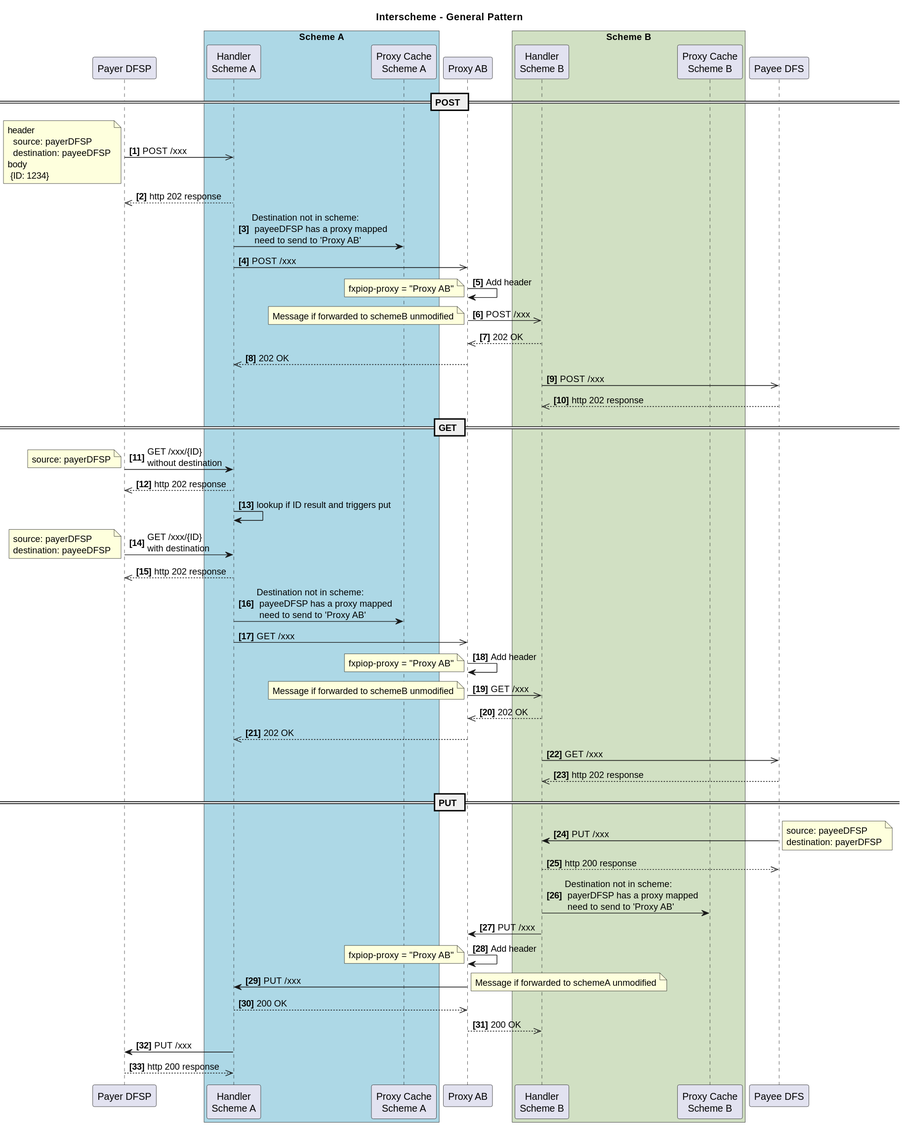
Above: docs/fr/product/features/Interscheme/Interscheme-Happypath.svg in mojaloop/documentation (PlantUML), before the change. Its source is kept beside it as docs/fr/product/features/Interscheme/Interscheme-Happypath.plantuml. The source it was exported from:
```plantuml
@startuml Interscheme-Happypath

title Interscheme - General Pattern

participant "Payer DFSP" as payerDFSP
box "Scheme A" #LightBlue
    participant "Handler\nScheme A" as schemeA
    participant "Proxy Cache\nScheme A" as pc_A
end box
participant "Proxy AB" as xnp
box "Scheme B" #d1e0c3
    participant "Handler\nScheme B" as schemeB
    participant "Proxy Cache\nScheme B" as pc_B
end box
participant "Payee DFS" as payeeDFSP

autonumber 1 "<b>[0]"

== POST ==
payerDFSP ->> schemeA: POST /xxx
note left
header
  source: payerDFSP
  destination: payeeDFSP
body
 {ID: 1234}
end note
schemeA-->>payerDFSP: http 202 response
schemeA -> pc_A: Destination not in scheme:\n payeeDFSP has a proxy mapped\n need to send to 'Proxy AB'
schemeA ->> xnp: POST /xxx
xnp->xnp: Add header
    note left
    fxpiop-proxy = "Proxy AB"
    end note
xnp ->> schemeB: POST /xxx
note left
Message if forwarded to schemeB unmodified
end note

schemeB -->> xnp: 202 OK
xnp -->> schemeA: 202 OK

schemeB ->> payeeDFSP: POST /xxx
payeeDFSP-->>schemeB: http 202 response

== GET ==
payerDFSP -> schemeA: GET /xxx/{ID} \nwithout destination
note left
  source: payerDFSP
end note
schemeA-->>payerDFSP: http 202 response

schemeA->schemeA: lookup if ID result and triggers put

payerDFSP -> schemeA: GET /xxx/{ID} \nwith destination
note left
  source: payerDFSP
  destination: payeeDFSP
end note
schemeA-->>payerDFSP: http 202 response

schemeA -> pc_A: Destination not in scheme:\n payeeDFSP has a proxy mapped\n need to send to 'Proxy AB'
schemeA ->> xnp: GET /xxx
xnp->xnp: Add header
    note left
    fxpiop-proxy = "Proxy AB"
    end note
xnp ->> schemeB: GET /xxx
note left
Message if forwarded to schemeB unmodified
end note
schemeB -->> xnp: 202 OK
xnp -->> schemeA: 202 OK

schemeB ->> payeeDFSP: GET /xxx
payeeDFSP-->>schemeB: http 202 response



== PUT ==


payeeDFSP -> schemeB: PUT /xxx
note right
    source: payeeDFSP
    destination: payerDFSP
end note
schemeB-->>payeeDFSP: http 200 response

schemeB -> pc_B: Destination not in scheme:\n payerDFSP has a proxy mapped\n need to send to 'Proxy AB'
schemeB -> xnp: PUT /xxx
xnp->xnp: Add header
    note left
    fxpiop-proxy = "Proxy AB"
    end note
xnp -> schemeA: PUT /xxx
note right
Message if forwarded to schemeA unmodified
end note
schemeA -->> xnp: 200 OK
xnp -->> schemeB: 200 OK

schemeA -> payerDFSP: PUT /xxx
payerDFSP-->>schemeA: http 200 response

@enduml
```
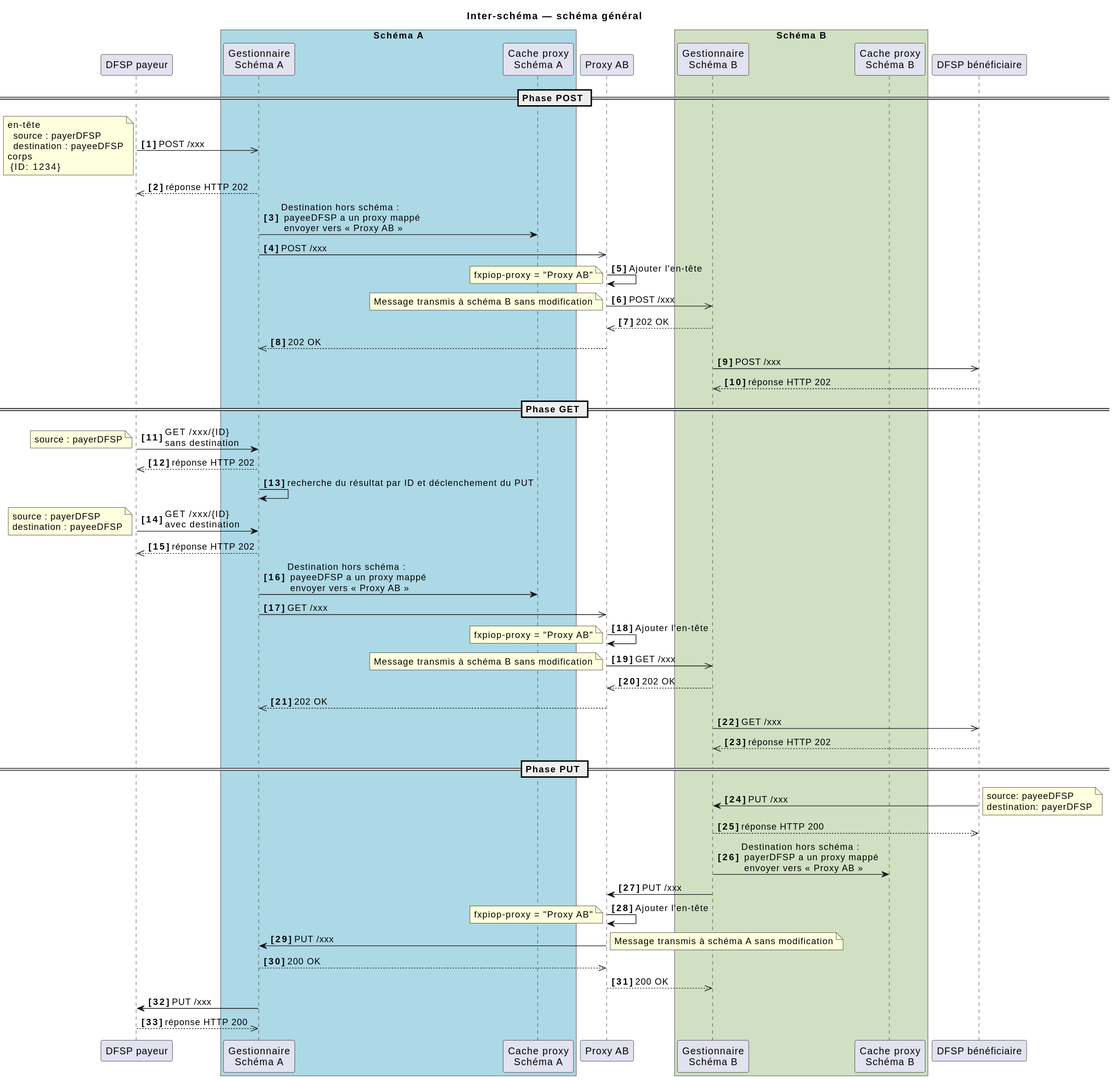
The same diagram one commit later.

Diff of the diagram source:
```diff
@@ -1,83 +1,83 @@
 @startuml Interscheme-Happypath
 
-title Interscheme - General Pattern
+title Inter-schéma — schéma général
 
-participant "Payer DFSP" as payerDFSP
-box "Scheme A" #LightBlue
-    participant "Handler\nScheme A" as schemeA
-    participant "Proxy Cache\nScheme A" as pc_A
+participant "DFSP payeur" as payerDFSP
+box "Schéma A" #LightBlue
+    participant "Gestionnaire\nSchéma A" as schemeA
+    participant "Cache proxy\nSchéma A" as pc_A
 end box
 participant "Proxy AB" as xnp
-box "Scheme B" #d1e0c3
-    participant "Handler\nScheme B" as schemeB
-    participant "Proxy Cache\nScheme B" as pc_B
+box "Schéma B" #d1e0c3
+    participant "Gestionnaire\nSchéma B" as schemeB
+    participant "Cache proxy\nSchéma B" as pc_B
 end box
-participant "Payee DFS" as payeeDFSP
+participant "DFSP bénéficiaire" as payeeDFSP
 
 autonumber 1 "<b>[0]"
 
-== POST ==
+== Phase POST ==
 payerDFSP ->> schemeA: POST /xxx
 note left
-header
-  source: payerDFSP
-  destination: payeeDFSP
-body
+en-tête
+  source : payerDFSP
+  destination : payeeDFSP
+corps
  {ID: 1234}
 end note
-schemeA-->>payerDFSP: http 202 response
-schemeA -> pc_A: Destination not in scheme:\n payeeDFSP has a proxy mapped\n need to send to 'Proxy AB'
+schemeA-->>payerDFSP: réponse HTTP 202
+schemeA -> pc_A: Destination hors schéma :\n payeeDFSP a un proxy mappé\n envoyer vers « Proxy AB »
 schemeA ->> xnp: POST /xxx
-xnp->xnp: Add header
+xnp->xnp: Ajouter l'en-tête
     note left
     fxpiop-proxy = "Proxy AB"
     end note
 xnp ->> schemeB: POST /xxx
 note left
-Message if forwarded to schemeB unmodified
+Message transmis à schéma B sans modification
 end note
 
 schemeB -->> xnp: 202 OK
 xnp -->> schemeA: 202 OK
 
 schemeB ->> payeeDFSP: POST /xxx
-payeeDFSP-->>schemeB: http 202 response
+payeeDFSP-->>schemeB: réponse HTTP 202
 
-== GET ==
-payerDFSP -> schemeA: GET /xxx/{ID} \nwithout destination
+== Phase GET ==
+payerDFSP -> schemeA: GET /xxx/{ID} \nsans destination
 note left
-  source: payerDFSP
+  source : payerDFSP
 end note
-schemeA-->>payerDFSP: http 202 response
+schemeA-->>payerDFSP: réponse HTTP 202
 
-schemeA->schemeA: lookup if ID result and triggers put
+schemeA->schemeA: recherche du résultat par ID et déclenchement du PUT
 
-payerDFSP -> schemeA: GET /xxx/{ID} \nwith destination
+payerDFSP -> schemeA: GET /xxx/{ID} \navec destination
 note left
-  source: payerDFSP
-  destination: payeeDFSP
+  source : payerDFSP
+  destination : payeeDFSP
 end note
-schemeA-->>payerDFSP: http 202 response
+schemeA-->>payerDFSP: réponse HTTP 202
 
-schemeA -> pc_A: Destination not in scheme:\n payeeDFSP has a proxy mapped\n need to send to 'Proxy AB'
+schemeA -> pc_A: Destination hors schéma :\n payeeDFSP a un proxy mappé\n envoyer vers « Proxy AB »
 schemeA ->> xnp: GET /xxx
-xnp->xnp: Add header
+xnp->xnp: Ajouter l'en-tête
     note left
     fxpiop-proxy = "Proxy AB"
     end note
 xnp ->> schemeB: GET /xxx
 note left
-Message if forwarded to schemeB unmodified
+Message transmis à schéma B sans modification
 end note
 schemeB -->> xnp: 202 OK
 xnp -->> schemeA: 202 OK
 
 schemeB ->> payeeDFSP: GET /xxx
-payeeDFSP-->>schemeB: http 202 response
+payeeDFSP-->>schemeB: réponse HTTP 202
 
 
 
-== PUT ==
+== Phase PUT ==
 
 
 payeeDFSP -> schemeB: PUT /xxx
@@ -85,22 +85,22 @@
     source: payeeDFSP
     destination: payerDFSP
 end note
-schemeB-->>payeeDFSP: http 200 response
+schemeB-->>payeeDFSP: réponse HTTP 200
 
-schemeB -> pc_B: Destination not in scheme:\n payerDFSP has a proxy mapped\n need to send to 'Proxy AB'
+schemeB -> pc_B: Destination hors schéma :\n payerDFSP a un proxy mappé\n envoyer vers « Proxy AB »
 schemeB -> xnp: PUT /xxx
-xnp->xnp: Add header
+xnp->xnp: Ajouter l'en-tête
     note left
     fxpiop-proxy = "Proxy AB"
     end note
 xnp -> schemeA: PUT /xxx
 note right
-Message if forwarded to schemeA unmodified
+Message transmis à schéma A sans modification
 end note
 schemeA -->> xnp: 200 OK
 xnp -->> schemeB: 200 OK
 
 schemeA -> payerDFSP: PUT /xxx
-payerDFSP-->>schemeA: http 200 response
+payerDFSP-->>schemeA: réponse HTTP 200
 
 @enduml
```
